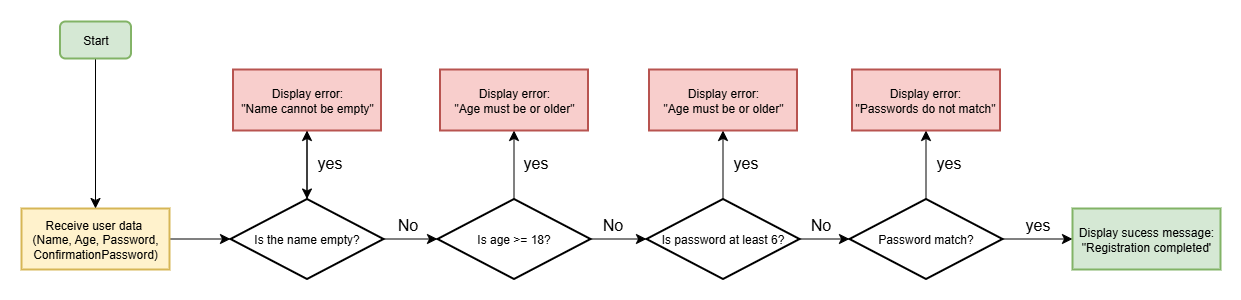
Earlier version of the draw.io export assets/diagram.png (erickwnilton1/user-registration-validator). Source tidied: cells renumbered, new cells last; positions are measured from the earlier drawing's top-left corner, leaving out a move shared by most shapes. The source it was exported from:
```xml
<mxGraphModel background="#FFFFFF">
  <root>
    <mxCell id="0" />
    <mxCell id="1" parent="0" />
    <mxCell id="2" style="edgeStyle=none;curved=1;rounded=0;jettySize=auto;html=1;fontSize=12;startSize=8;endSize=8;" parent="1" edge="1" source="3" target="8">
      <mxGeometry relative="1" as="geometry" />
    </mxCell>
    <mxCell id="3" value="Receive user data&amp;nbsp;&lt;div&gt;(Name, Age, Password, ConfirmationPassword)&lt;/div&gt;" style="rounded=0;whiteSpace=wrap;html=1;fillColor=#fff2cc;strokeColor=#d6b656;strokeWidth=2;" parent="1" vertex="1">
      <mxGeometry y="187" width="148" height="61" as="geometry" />
    </mxCell>
    <mxCell id="4" style="edgeStyle=none;curved=1;rounded=0;jettySize=auto;html=1;fontSize=12;startSize=8;endSize=8;" parent="1" edge="1" source="5" target="3">
      <mxGeometry relative="1" as="geometry" />
    </mxCell>
    <mxCell id="5" value="Start" style="rounded=1;whiteSpace=wrap;html=1;fillColor=#d5e8d4;strokeColor=#82b366;strokeWidth=2;" parent="1" vertex="1">
      <mxGeometry x="38.5" width="71" height="37" as="geometry" />
    </mxCell>
    <mxCell id="6" style="edgeStyle=none;curved=1;rounded=0;jettySize=auto;html=1;exitX=0.5;exitY=0;exitDx=0;exitDy=0;entryX=0.5;entryY=1;entryDx=0;entryDy=0;fontSize=12;startSize=8;endSize=8;" parent="1" edge="1" source="8" target="10">
      <mxGeometry relative="1" as="geometry" />
    </mxCell>
    <mxCell id="7" style="edgeStyle=none;curved=1;rounded=0;jettySize=auto;html=1;exitX=1;exitY=0.5;exitDx=0;exitDy=0;entryX=0;entryY=0.5;entryDx=0;entryDy=0;fontSize=12;startSize=8;endSize=8;" parent="1" edge="1" source="8" target="14">
      <mxGeometry relative="1" as="geometry" />
    </mxCell>
    <mxCell id="8" value="Is the name empty?" style="rhombus;whiteSpace=wrap;html=1;strokeWidth=2;" parent="1" vertex="1">
      <mxGeometry x="209" y="177.5" width="153" height="80" as="geometry" />
    </mxCell>
    <mxCell id="9" style="edgeStyle=none;curved=1;rounded=0;jettySize=auto;html=1;fontSize=12;startSize=8;endSize=8;" parent="1" edge="1" source="10" target="8">
      <mxGeometry relative="1" as="geometry" />
    </mxCell>
    <mxCell id="10" value="Display error:&lt;div&gt;&quot;Name cannot be empty&quot;&lt;/div&gt;" style="rounded=0;whiteSpace=wrap;html=1;fillColor=#f8cecc;strokeColor=#b85450;strokeWidth=2;" parent="1" vertex="1">
      <mxGeometry x="211.5" y="48" width="148" height="61" as="geometry" />
    </mxCell>
    <mxCell id="11" value="yes" style="text;html=1;align=center;verticalAlign=middle;strokeColor=none;fillColor=none;fontSize=16;" parent="1" vertex="1">
      <mxGeometry x="286" y="125" width="43" height="31" as="geometry" />
    </mxCell>
    <mxCell id="12" style="edgeStyle=none;curved=1;rounded=0;jettySize=auto;html=1;fontSize=12;startSize=8;endSize=8;" parent="1" edge="1" source="14" target="16">
      <mxGeometry relative="1" as="geometry" />
    </mxCell>
    <mxCell id="13" style="edgeStyle=none;curved=1;rounded=0;jettySize=auto;html=1;fontSize=12;startSize=8;endSize=8;" parent="1" edge="1" source="14" target="20">
      <mxGeometry relative="1" as="geometry" />
    </mxCell>
    <mxCell id="14" value="Is age &amp;gt;= 18?" style="rhombus;whiteSpace=wrap;html=1;strokeWidth=2;" parent="1" vertex="1">
      <mxGeometry x="416" y="177.5" width="153" height="80" as="geometry" />
    </mxCell>
    <mxCell id="15" value="No" style="text;html=1;align=center;verticalAlign=middle;strokeColor=none;fillColor=none;fontSize=16;" parent="1" vertex="1">
      <mxGeometry x="367" y="187" width="38" height="31" as="geometry" />
    </mxCell>
    <mxCell id="16" value="Display error:&lt;div&gt;&quot;Age must be or older&quot;&lt;/div&gt;" style="rounded=0;whiteSpace=wrap;html=1;fillColor=#f8cecc;strokeColor=#b85450;strokeWidth=2;" parent="1" vertex="1">
      <mxGeometry x="418.5" y="48" width="148" height="61" as="geometry" />
    </mxCell>
    <mxCell id="17" value="yes" style="text;html=1;align=center;verticalAlign=middle;strokeColor=none;fillColor=none;fontSize=16;" parent="1" vertex="1">
      <mxGeometry x="492" y="125" width="43" height="31" as="geometry" />
    </mxCell>
    <mxCell id="18" style="edgeStyle=none;curved=1;rounded=0;jettySize=auto;html=1;exitX=0.5;exitY=0;exitDx=0;exitDy=0;fontSize=12;startSize=8;endSize=8;" parent="1" edge="1" source="20" target="22">
      <mxGeometry relative="1" as="geometry" />
    </mxCell>
    <mxCell id="19" style="edgeStyle=none;curved=1;rounded=0;jettySize=auto;html=1;fontSize=12;startSize=8;endSize=8;" parent="1" edge="1" source="20" target="26">
      <mxGeometry relative="1" as="geometry" />
    </mxCell>
    <mxCell id="20" value="Is password at least 6?" style="rhombus;whiteSpace=wrap;html=1;strokeWidth=2;" parent="1" vertex="1">
      <mxGeometry x="625" y="177.5" width="153" height="80" as="geometry" />
    </mxCell>
    <mxCell id="21" value="No" style="text;html=1;align=center;verticalAlign=middle;strokeColor=none;fillColor=none;fontSize=16;" parent="1" vertex="1">
      <mxGeometry x="572" y="187" width="38" height="31" as="geometry" />
    </mxCell>
    <mxCell id="22" value="Display error:&lt;div&gt;&quot;Age must be or older&quot;&lt;/div&gt;" style="rounded=0;whiteSpace=wrap;html=1;fillColor=#f8cecc;strokeColor=#b85450;strokeWidth=2;" parent="1" vertex="1">
      <mxGeometry x="627.5" y="48" width="148" height="61" as="geometry" />
    </mxCell>
    <mxCell id="23" value="yes" style="text;html=1;align=center;verticalAlign=middle;strokeColor=none;fillColor=none;fontSize=16;" parent="1" vertex="1">
      <mxGeometry x="702" y="125" width="43" height="31" as="geometry" />
    </mxCell>
    <mxCell id="24" style="edgeStyle=none;curved=1;rounded=0;jettySize=auto;html=1;fontSize=12;startSize=8;endSize=8;" parent="1" edge="1" source="26" target="27">
      <mxGeometry relative="1" as="geometry" />
    </mxCell>
    <mxCell id="25" style="edgeStyle=none;curved=1;rounded=0;jettySize=auto;html=1;exitX=1;exitY=0.5;exitDx=0;exitDy=0;entryX=0;entryY=0.5;entryDx=0;entryDy=0;fontSize=12;startSize=8;endSize=8;" parent="1" edge="1" source="26" target="30">
      <mxGeometry relative="1" as="geometry" />
    </mxCell>
    <mxCell id="26" value="Password match?" style="rhombus;whiteSpace=wrap;html=1;strokeWidth=2;" parent="1" vertex="1">
      <mxGeometry x="828" y="177.5" width="153" height="80" as="geometry" />
    </mxCell>
    <mxCell id="27" value="Display error:&lt;div&gt;&quot;Passwords do not match&quot;&lt;/div&gt;" style="rounded=0;whiteSpace=wrap;html=1;fillColor=#f8cecc;strokeColor=#b85450;strokeWidth=2;" parent="1" vertex="1">
      <mxGeometry x="830.5" y="48" width="148" height="61" as="geometry" />
    </mxCell>
    <mxCell id="28" value="yes" style="text;html=1;align=center;verticalAlign=middle;strokeColor=none;fillColor=none;fontSize=16;" parent="1" vertex="1">
      <mxGeometry x="905" y="125" width="43" height="31" as="geometry" />
    </mxCell>
    <mxCell id="29" value="No" style="text;html=1;align=center;verticalAlign=middle;strokeColor=none;fillColor=none;fontSize=16;" parent="1" vertex="1">
      <mxGeometry x="780" y="187" width="38" height="31" as="geometry" />
    </mxCell>
    <mxCell id="30" value="Display sucess message:&lt;div&gt;&quot;Registration completed'&lt;/div&gt;" style="rounded=0;whiteSpace=wrap;html=1;fillColor=#d5e8d4;strokeColor=#82b366;strokeWidth=2;" parent="1" vertex="1">
      <mxGeometry x="1051" y="187" width="148" height="61" as="geometry" />
    </mxCell>
    <mxCell id="31" value="yes" style="text;html=1;align=center;verticalAlign=middle;strokeColor=none;fillColor=none;fontSize=16;" parent="1" vertex="1">
      <mxGeometry x="994" y="187" width="43" height="31" as="geometry" />
    </mxCell>
  </root>
</mxGraphModel>
```
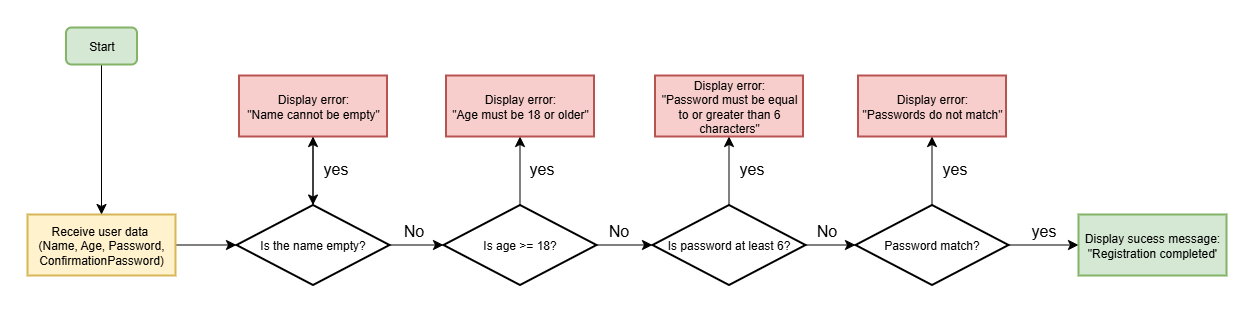
After the change.

What changed in the source:
```diff
@@ -44,7 +44,7 @@
     <mxCell id="15" value="No" style="text;html=1;align=center;verticalAlign=middle;strokeColor=none;fillColor=none;fontSize=16;" parent="1" vertex="1">
       <mxGeometry x="367" y="187" width="38" height="31" as="geometry" />
     </mxCell>
-    <mxCell id="16" value="Display error:&lt;div&gt;&quot;Age must be or older&quot;&lt;/div&gt;" style="rounded=0;whiteSpace=wrap;html=1;fillColor=#f8cecc;strokeColor=#b85450;strokeWidth=2;" parent="1" vertex="1">
+    <mxCell id="16" value="Display error:&lt;div&gt;&quot;Age must be 18 or older&quot;&lt;/div&gt;" style="rounded=0;whiteSpace=wrap;html=1;fillColor=#f8cecc;strokeColor=#b85450;strokeWidth=2;" parent="1" vertex="1">
       <mxGeometry x="418.5" y="48" width="148" height="61" as="geometry" />
     </mxCell>
     <mxCell id="17" value="yes" style="text;html=1;align=center;verticalAlign=middle;strokeColor=none;fillColor=none;fontSize=16;" parent="1" vertex="1">
@@ -62,7 +62,7 @@
     <mxCell id="21" value="No" style="text;html=1;align=center;verticalAlign=middle;strokeColor=none;fillColor=none;fontSize=16;" parent="1" vertex="1">
       <mxGeometry x="572" y="187" width="38" height="31" as="geometry" />
     </mxCell>
-    <mxCell id="22" value="Display error:&lt;div&gt;&quot;Age must be or older&quot;&lt;/div&gt;" style="rounded=0;whiteSpace=wrap;html=1;fillColor=#f8cecc;strokeColor=#b85450;strokeWidth=2;" parent="1" vertex="1">
+    <mxCell id="22" value="Display error:&lt;div&gt;&quot;Password must be equal to or greater than 6 characters&quot;&lt;/div&gt;" style="rounded=0;whiteSpace=wrap;html=1;fillColor=#f8cecc;strokeColor=#b85450;strokeWidth=2;" parent="1" vertex="1">
       <mxGeometry x="627.5" y="48" width="148" height="61" as="geometry" />
     </mxCell>
     <mxCell id="23" value="yes" style="text;html=1;align=center;verticalAlign=middle;strokeColor=none;fillColor=none;fontSize=16;" parent="1" vertex="1">
```
